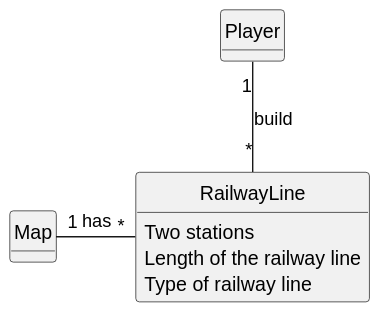
Above: docs/sprint1/us008/02.analysis/svg/us008-domain-model.svg in ivasduarte/all-aboard (PlantUML), before the change. Source of this version:
```plantuml
@startuml
skinparam monochrome true
skinparam packageStyle rectangle
skinparam shadowing false


skinparam classAttributeIconSize 0

hide circle
hide methods


class Map {

}

class RailwayLine {
    Two stations
    Length of the railway line
    Type of railway line
}

class Player {
}


Map "1" - "*" RailwayLine : has
Player "1" -- "*" RailwayLine : build
@enduml
```
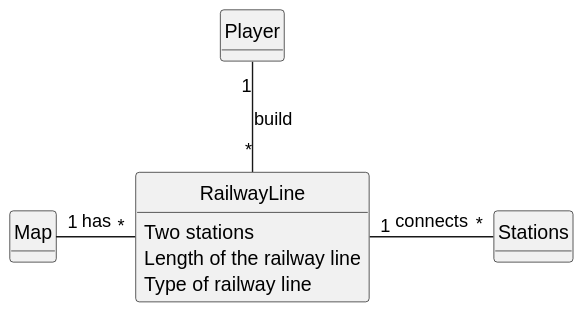
The same diagram one commit later.

Commit message:
US08(docs): updated the domain model of the US

The edit, as a diff of the source:
```diff
@@ -11,7 +11,6 @@
 
 
 class Map {
-
 }
 
 class RailwayLine {
@@ -23,7 +22,10 @@
 class Player {
 }
 
+class Stations {
+}
 
 Map "1" - "*" RailwayLine : has
 Player "1" -- "*" RailwayLine : build
+RailwayLine "1" - "*" Stations : connects
 @enduml
```
